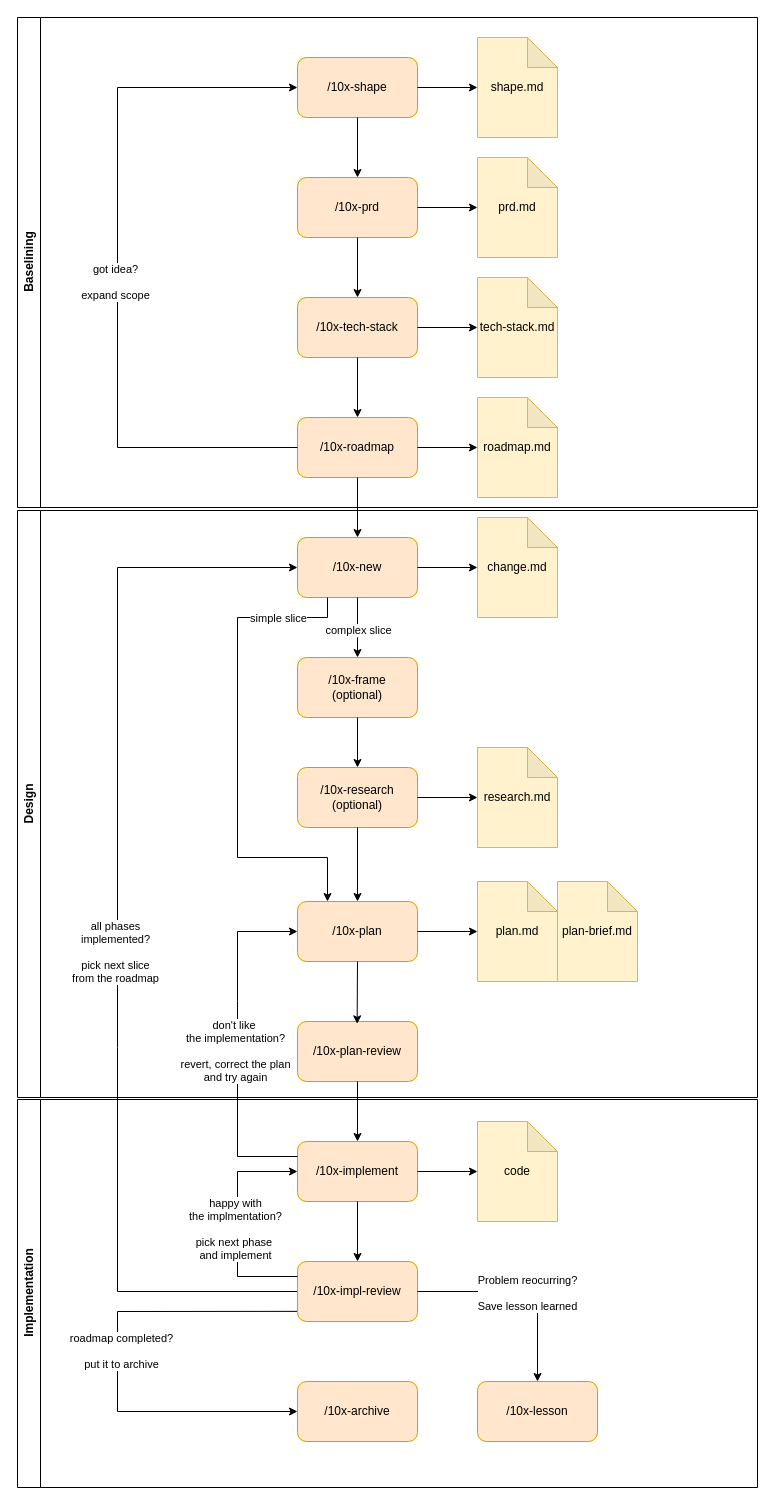
pdrozdowski/MilkyWayTrader keeps this draw.io diagram as docs/reference/skills flows.drawio. Above is the earlier version. Source tidied: cells renumbered, new cells numbered last; positions are measured from the earlier drawing's top-left corner, leaving out a move shared by most shapes. Both pictures are drawn from the tidied source at 100%, with x=0, y=0 at pixel (17, 17).
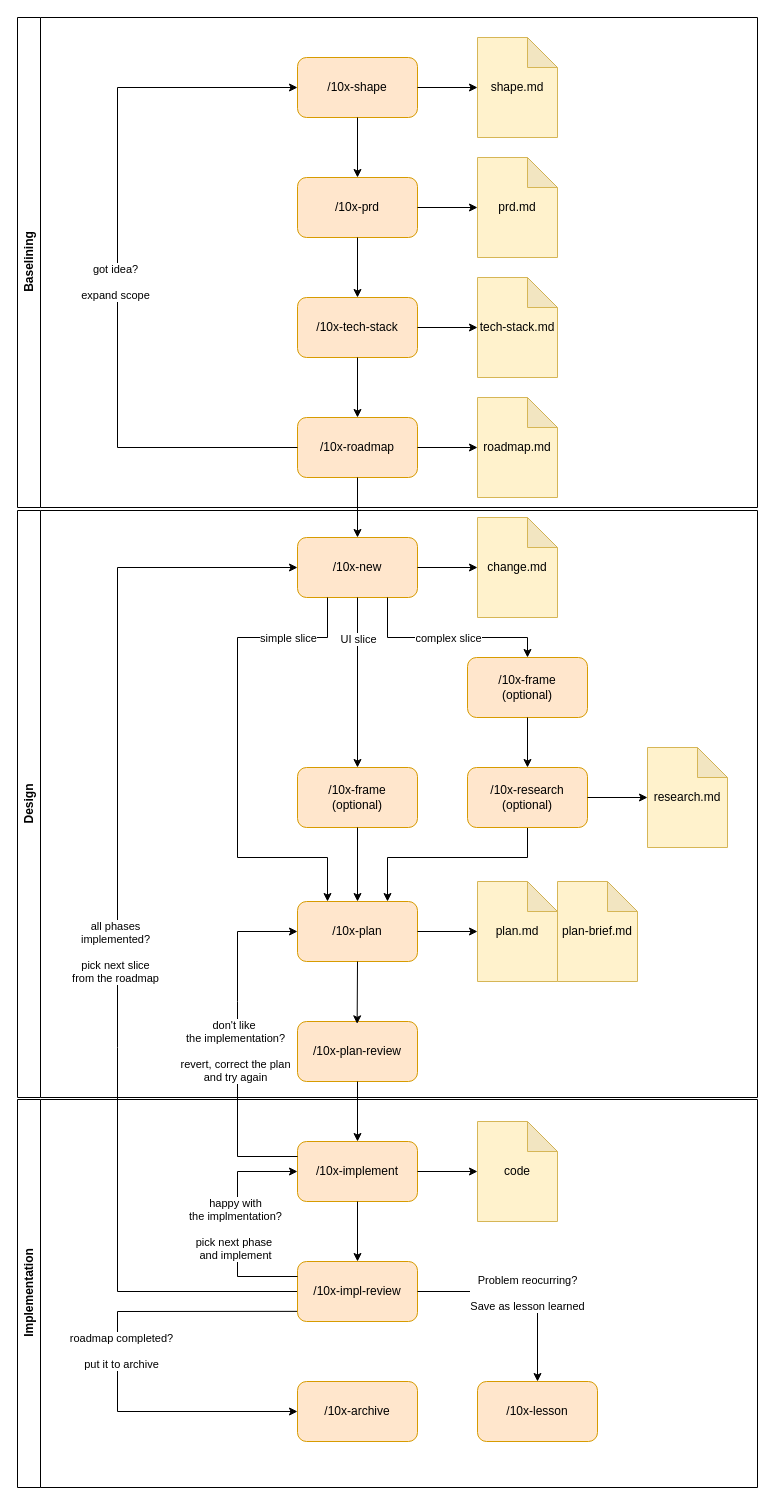
Above is the later version.

Commit message (it also covers changes not shown here):
new lesson learned + refactor

The change refers to these unchanged cells:
```xml
<mxCell id="19" value="/10x-new" style="rounded=1;whiteSpace=wrap;html=1;fillColor=#ffe6cc;strokeColor=#d79b00;" parent="1" vertex="1">
  <mxGeometry x="280" y="520" width="120" height="60" as="geometry" />
</mxCell>
<mxCell id="20" value="/10x-plan" style="rounded=1;whiteSpace=wrap;html=1;fillColor=#ffe6cc;strokeColor=#d79b00;" parent="1" vertex="1">
  <mxGeometry x="280" y="884" width="120" height="60" as="geometry" />
</mxCell>
<mxCell id="44" style="endArrow=classic;html=1;rounded=0;exitX=1;exitY=0.5;exitDx=0;exitDy=0;entryX=0.5;entryY=0;entryDx=0;entryDy=0;" parent="1" edge="1" source="41" target="43">
  <mxGeometry relative="1" as="geometry">
    <Array as="points">
      <mxPoint x="520" y="1274" />
    </Array>
  </mxGeometry>
</mxCell>
<mxCell id="59" value="Design" style="swimlane;horizontal=0;whiteSpace=wrap;html=1;" parent="1" vertex="1">
  <mxGeometry y="493" width="740" height="587" as="geometry" />
</mxCell>
```

What changed in the source:
```diff
@@
-    <mxCell id="23" style="endArrow=classic;html=1;rounded=0;exitX=0.5;exitY=1;exitDx=0;exitDy=0;entryX=0.5;entryY=0;entryDx=0;entryDy=0;" parent="1" edge="1" source="19" target="54">
+    <mxCell id="23" style="endArrow=classic;html=1;rounded=0;exitX=0.75;exitY=1;exitDx=0;exitDy=0;entryX=0.5;entryY=0;entryDx=0;entryDy=0;" parent="1" edge="1" source="19" target="54">
       <mxGeometry relative="1" as="geometry">
         <Array as="points">
-          <mxPoint x="340" y="620" />
+          <mxPoint x="370" y="620" />
+          <mxPoint x="510" y="620" />
         </Array>
       </mxGeometry>
     </mxCell>
     <mxCell id="24" value="complex slice" style="edgeLabel;html=1;align=center;verticalAlign=middle;" parent="23" vertex="1">
       <mxGeometry x="-0.4" y="1" relative="1" as="geometry">
-        <mxPoint x="-1" y="14" as="offset" />
+        <mxPoint x="40" y="1" as="offset" />
       </mxGeometry>
     </mxCell>
@@
-    <mxCell id="46" value="Problem reocurring?&lt;div&gt;&lt;br&gt;&lt;/div&gt;&lt;div&gt;Save lesson learned&lt;/div&gt;" style="edgeLabel;html=1;align=center;verticalAlign=middle;" parent="44" vertex="1">
+    <mxCell id="46" value="Problem reocurring?&lt;div&gt;&lt;br&gt;&lt;/div&gt;&lt;div&gt;Save as lesson learned&lt;/div&gt;" style="edgeLabel;html=1;align=center;verticalAlign=middle;" parent="44" vertex="1">
       <mxGeometry x="0.04" y="-1" relative="1" as="geometry" />
     </mxCell>
@@
-    <mxCell id="50" value="research.md" style="shape=note;whiteSpace=wrap;html=1;backgroundOutline=1;darkOpacity=0.05;fillColor=#fff2cc;strokeColor=#d6b656;" parent="1" vertex="1">
-      <mxGeometry x="460" y="730" width="80" height="100" as="geometry" />
-    </mxCell>
-    <mxCell id="51" value="/10x-research&lt;div&gt;(optional)&lt;/div&gt;" style="rounded=1;whiteSpace=wrap;html=1;fillColor=#ffe6cc;strokeColor=#d79b00;" parent="1" vertex="1">
-      <mxGeometry x="280" y="750" width="120" height="60" as="geometry" />
-    </mxCell>
-    <mxCell id="52" style="endArrow=classic;html=1;rounded=0;exitX=0.5;exitY=1;exitDx=0;exitDy=0;entryX=0.5;entryY=0;entryDx=0;entryDy=0;" parent="1" edge="1" source="51" target="20">
-      <mxGeometry relative="1" as="geometry" />
+    <mxCell id="52" style="endArrow=classic;html=1;rounded=0;exitX=0.5;exitY=1;exitDx=0;exitDy=0;entryX=0.75;entryY=0;entryDx=0;entryDy=0;" parent="1" edge="1" source="51" target="20">
+      <mxGeometry relative="1" as="geometry">
+        <Array as="points">
+          <mxPoint x="510" y="840" />
+          <mxPoint x="370" y="840" />
+        </Array>
+      </mxGeometry>
     </mxCell>
-    <mxCell id="53" style="endArrow=classic;html=1;rounded=0;exitX=1;exitY=0.5;exitDx=0;exitDy=0;entryX=0;entryY=0.5;entryDx=0;entryDy=0;entryPerimeter=0;" parent="1" edge="1" source="51" target="50">
-      <mxGeometry relative="1" as="geometry" />
-    </mxCell>
-    <mxCell id="54" value="/10x-frame&lt;div&gt;(optional)&lt;/div&gt;" style="rounded=1;whiteSpace=wrap;html=1;fillColor=#ffe6cc;strokeColor=#d79b00;" parent="1" vertex="1">
-      <mxGeometry x="280" y="640" width="120" height="60" as="geometry" />
-    </mxCell>
-    <mxCell id="55" style="endArrow=classic;html=1;rounded=0;exitX=0.5;exitY=1;exitDx=0;exitDy=0;entryX=0.5;entryY=0;entryDx=0;entryDy=0;" parent="1" edge="1" source="54" target="51">
-      <mxGeometry relative="1" as="geometry" />
-    </mxCell>
     <mxCell id="56" style="endArrow=classic;html=1;rounded=0;exitX=0.25;exitY=1;exitDx=0;exitDy=0;entryX=0.25;entryY=0;entryDx=0;entryDy=0;" parent="1" edge="1" source="19" target="20">
       <mxGeometry relative="1" as="geometry">
         <Array as="points">
-          <mxPoint x="310" y="600" />
-          <mxPoint x="220" y="600" />
+          <mxPoint x="310" y="620" />
+          <mxPoint x="220" y="620" />
           <mxPoint x="220" y="840" />
           <mxPoint x="310" y="840" />
         </Array>
       </mxGeometry>
     </mxCell>
     <mxCell id="57" value="simple slice" style="edgeLabel;html=1;align=center;verticalAlign=middle;" parent="56" vertex="1">
       <mxGeometry x="-0.08" y="-2" relative="1" as="geometry">
-        <mxPoint x="42" y="-113" as="offset" />
+        <mxPoint x="52" y="-93" as="offset" />
       </mxGeometry>
     </mxCell>
@@
+    <mxCell id="50" value="research.md" style="shape=note;whiteSpace=wrap;html=1;backgroundOutline=1;darkOpacity=0.05;fillColor=#fff2cc;strokeColor=#d6b656;" parent="59" vertex="1">
+      <mxGeometry x="630" y="237" width="80" height="100" as="geometry" />
+    </mxCell>
+    <mxCell id="51" value="/10x-research&lt;div&gt;(optional)&lt;/div&gt;" style="rounded=1;whiteSpace=wrap;html=1;fillColor=#ffe6cc;strokeColor=#d79b00;" parent="59" vertex="1">
+      <mxGeometry x="450" y="257" width="120" height="60" as="geometry" />
+    </mxCell>
+    <mxCell id="54" value="/10x-frame&lt;div&gt;(optional)&lt;/div&gt;" style="rounded=1;whiteSpace=wrap;html=1;fillColor=#ffe6cc;strokeColor=#d79b00;" parent="59" vertex="1">
+      <mxGeometry x="450" y="147" width="120" height="60" as="geometry" />
+    </mxCell>
+    <mxCell id="53" style="endArrow=classic;html=1;rounded=0;exitX=1;exitY=0.5;exitDx=0;exitDy=0;entryX=0;entryY=0.5;entryDx=0;entryDy=0;entryPerimeter=0;" parent="59" edge="1" source="51" target="50">
+      <mxGeometry relative="1" as="geometry" />
+    </mxCell>
+    <mxCell id="55" style="endArrow=classic;html=1;rounded=0;exitX=0.5;exitY=1;exitDx=0;exitDy=0;entryX=0.5;entryY=0;entryDx=0;entryDy=0;" parent="59" edge="1" source="54" target="51">
+      <mxGeometry relative="1" as="geometry" />
+    </mxCell>
+    <mxCell id="61" value="/10x-frame&lt;div&gt;(optional)&lt;/div&gt;" style="rounded=1;whiteSpace=wrap;html=1;fillColor=#ffe6cc;strokeColor=#d79b00;" parent="59" vertex="1">
+      <mxGeometry x="280" y="257" width="120" height="60" as="geometry" />
+    </mxCell>
@@
+    <mxCell id="62" style="endArrow=classic;html=1;rounded=0;exitX=0.5;exitY=1;exitDx=0;exitDy=0;entryX=0.5;entryY=0;entryDx=0;entryDy=0;" parent="1" edge="1" source="61" target="20">
+      <mxGeometry relative="1" as="geometry" />
+    </mxCell>
+    <mxCell id="63" style="endArrow=classic;html=1;rounded=0;exitX=0.5;exitY=1;exitDx=0;exitDy=0;entryX=0.5;entryY=0;entryDx=0;entryDy=0;" parent="1" edge="1" source="19" target="61">
+      <mxGeometry relative="1" as="geometry" />
+    </mxCell>
+    <mxCell id="64" value="UI slice" style="edgeLabel;html=1;align=center;verticalAlign=middle;" parent="63" vertex="1">
+      <mxGeometry x="-0.32" y="-1" relative="1" as="geometry">
+        <mxPoint x="1" y="-17" as="offset" />
+      </mxGeometry>
+    </mxCell>
```
